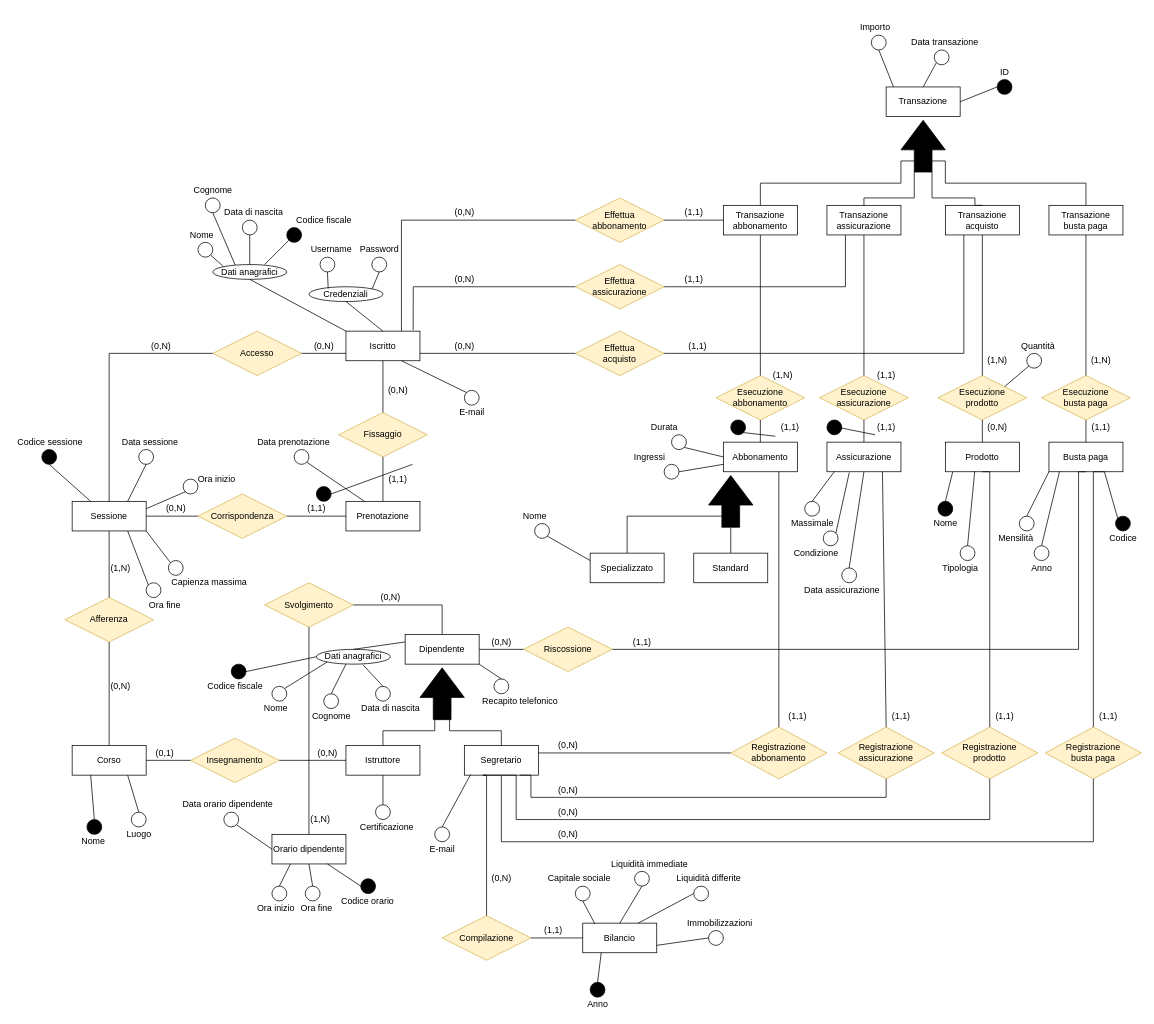
This is Diagrammi ER/ER.drawio from DavideNunin/anconarockclimb, a draw.io file, before an edit. Source tidied: cells renumbered, new cells numbered last; positions are measured from the earlier drawing's top-left corner, leaving out a move shared by most shapes. Both pictures are drawn from the tidied source at 74%, with x=0, y=0 at pixel (13, 20).
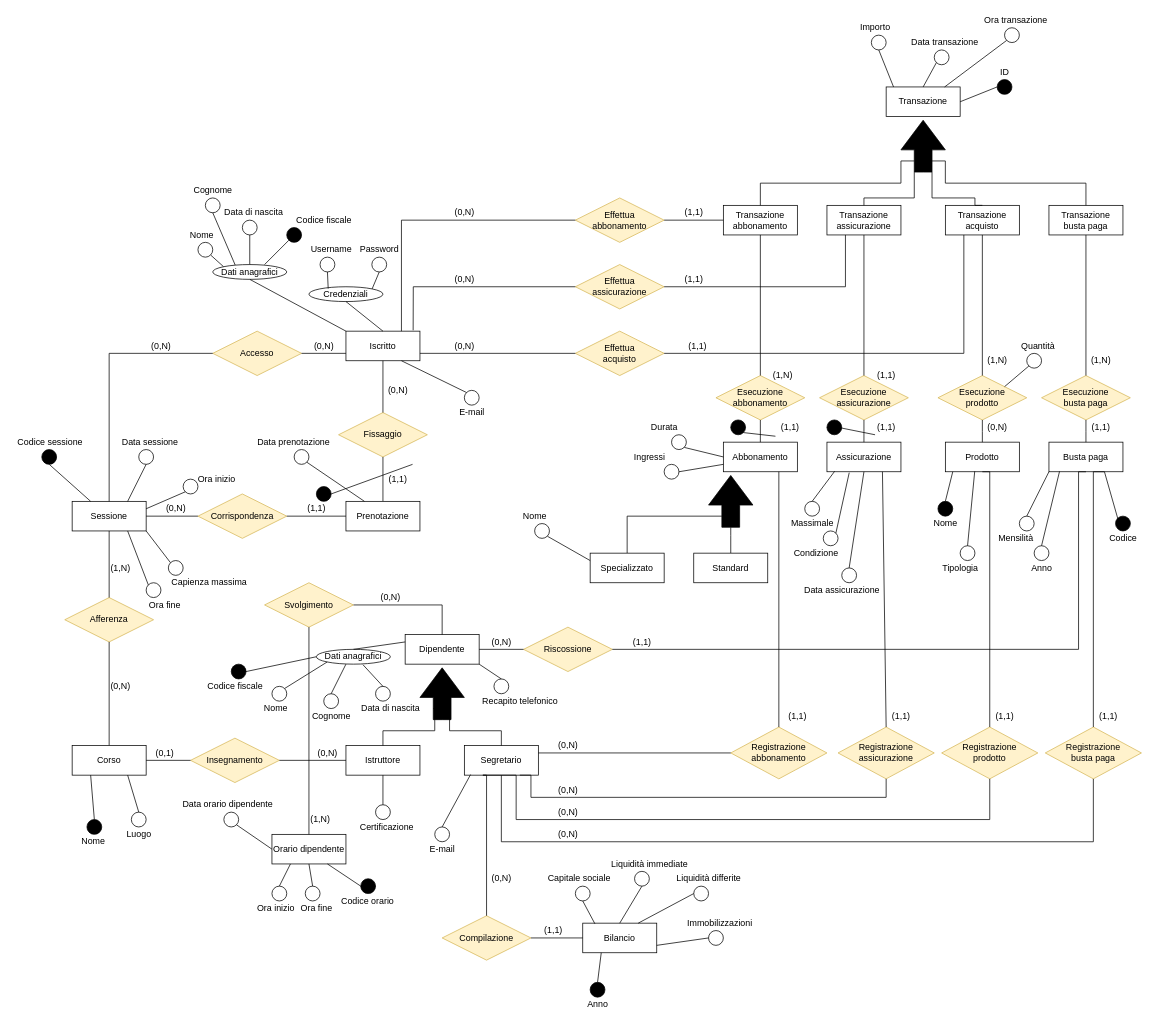
The same page after the edit.

Commit message (it also covers changes not shown here):
aggiunta data transazione

What changed in the source:
```diff
@@
+    <mxCell id="278" style="ellipse;whiteSpace=wrap;html=1;glass=0;" parent="1" vertex="1">
+      <mxGeometry x="1340" y="10" width="20" height="20" as="geometry" />
+    </mxCell>
+    <mxCell id="279" style="endArrow=none;html=1;rounded=0;entryX=0;entryY=1;entryDx=0;entryDy=0;" parent="1" edge="1" target="278">
+      <mxGeometry relative="1" as="geometry">
+        <mxPoint x="1259" y="90" as="sourcePoint" />
+      </mxGeometry>
+    </mxCell>
+    <mxCell id="280" value="Ora transazione" style="text;html=1;align=center;verticalAlign=middle;strokeColor=none;fillColor=none;" parent="1" vertex="1">
+      <mxGeometry x="1305" y="-10" width="100" height="20" as="geometry" />
+    </mxCell>
```
